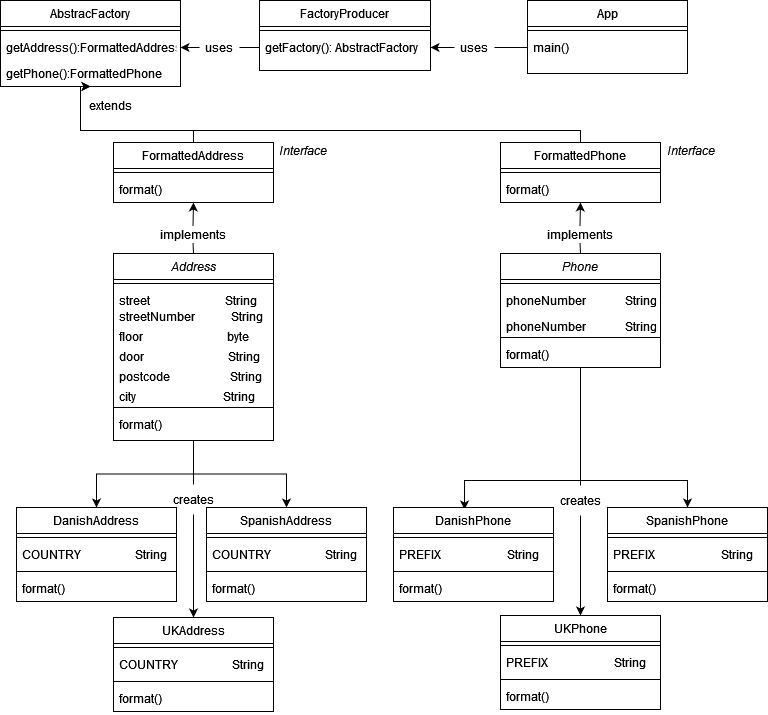
The draw.io diagram AbstractFactory_contactList.drawio.png in carlajuani/Sprint3, before a commit. Source tidied: cells renumbered, new cells last; positions are measured from the earlier drawing's top-left corner, leaving out a move shared by most shapes.
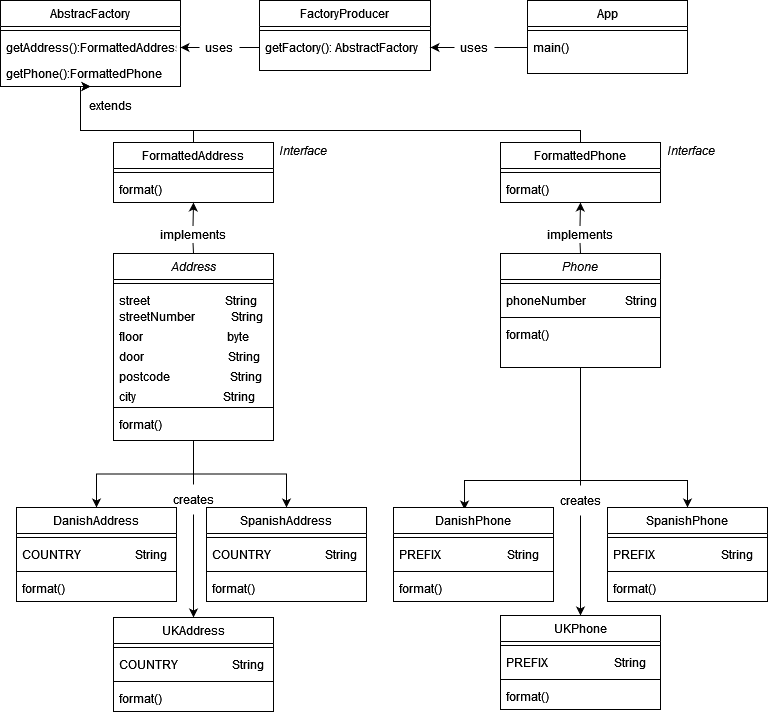
Later version of the same file.

The edit, as a diff of the source:
```diff
@@ -120,14 +120,11 @@
     <mxCell id="37" value="phoneNumber             String" style="text;align=left;verticalAlign=top;spacingLeft=4;spacingRight=4;overflow=hidden;" parent="35" vertex="1">
       <mxGeometry y="34" width="160" height="26" as="geometry" />
     </mxCell>
-    <mxCell id="38" value="phoneNumber             String" style="text;align=left;verticalAlign=top;spacingLeft=4;spacingRight=4;overflow=hidden;" parent="35" vertex="1">
-      <mxGeometry y="60" width="160" height="20" as="geometry" />
-    </mxCell>
     <mxCell id="39" style="line;strokeWidth=1;fillColor=none;align=left;verticalAlign=middle;spacingTop=-1;spacingLeft=3;spacingRight=3;labelPosition=right;strokeColor=inherit;rounded=0;shadow=0;fontFamily=Helvetica;fontSize=12;fontColor=default;startSize=26;" parent="35" vertex="1">
-      <mxGeometry y="80" width="160" height="8" as="geometry" />
+      <mxGeometry y="60" width="160" height="8" as="geometry" />
     </mxCell>
     <mxCell id="40" value="format()" style="text;align=left;verticalAlign=top;spacingLeft=4;spacingRight=4;overflow=hidden;rounded=0;shadow=0;html=0;" parent="35" vertex="1">
-      <mxGeometry y="88" width="160" height="22" as="geometry" />
+      <mxGeometry y="68" width="160" height="22" as="geometry" />
     </mxCell>
     <mxCell id="41" value="DanishPhone" style="swimlane;fontStyle=0;align=center;verticalAlign=top;horizontal=1;startSize=26;rounded=0;shadow=0;strokeWidth=1;" parent="1" vertex="1">
       <mxGeometry x="393" y="507" width="160" height="94" as="geometry" />
```
